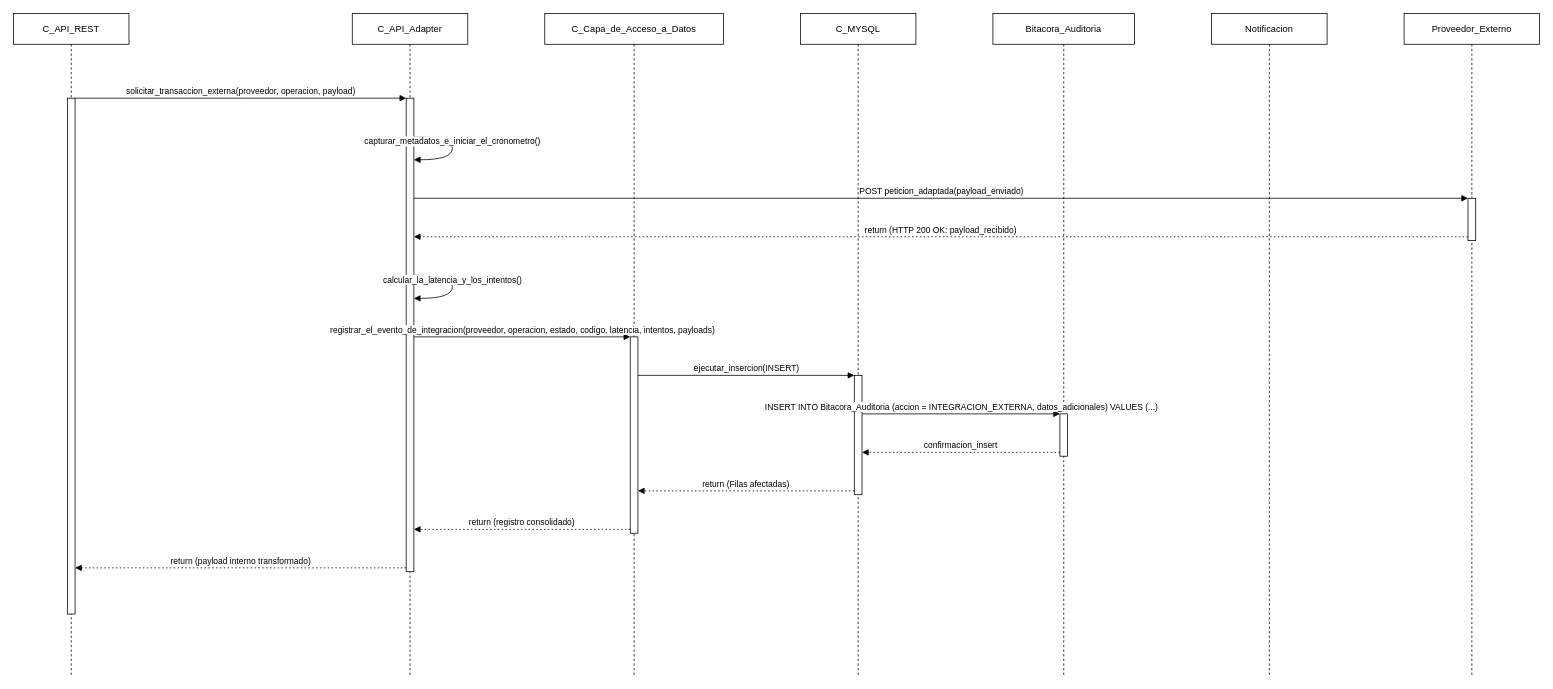
Above: page "CU69 - Principal" (1 of 4) of documentacion-incremento2/diagramas-secuencia/CU69/CU69.drawio in ThecheeseDX/IDS_FRO-Salud-App (draw.io), before the change. Source tidied: cells renumbered, new cells numbered last; positions are measured from the earlier drawing's top-left corner, leaving out a move shared by most shapes. Both pictures are drawn from the tidied source at 77%, with x=0, y=0 at pixel (13, 13).
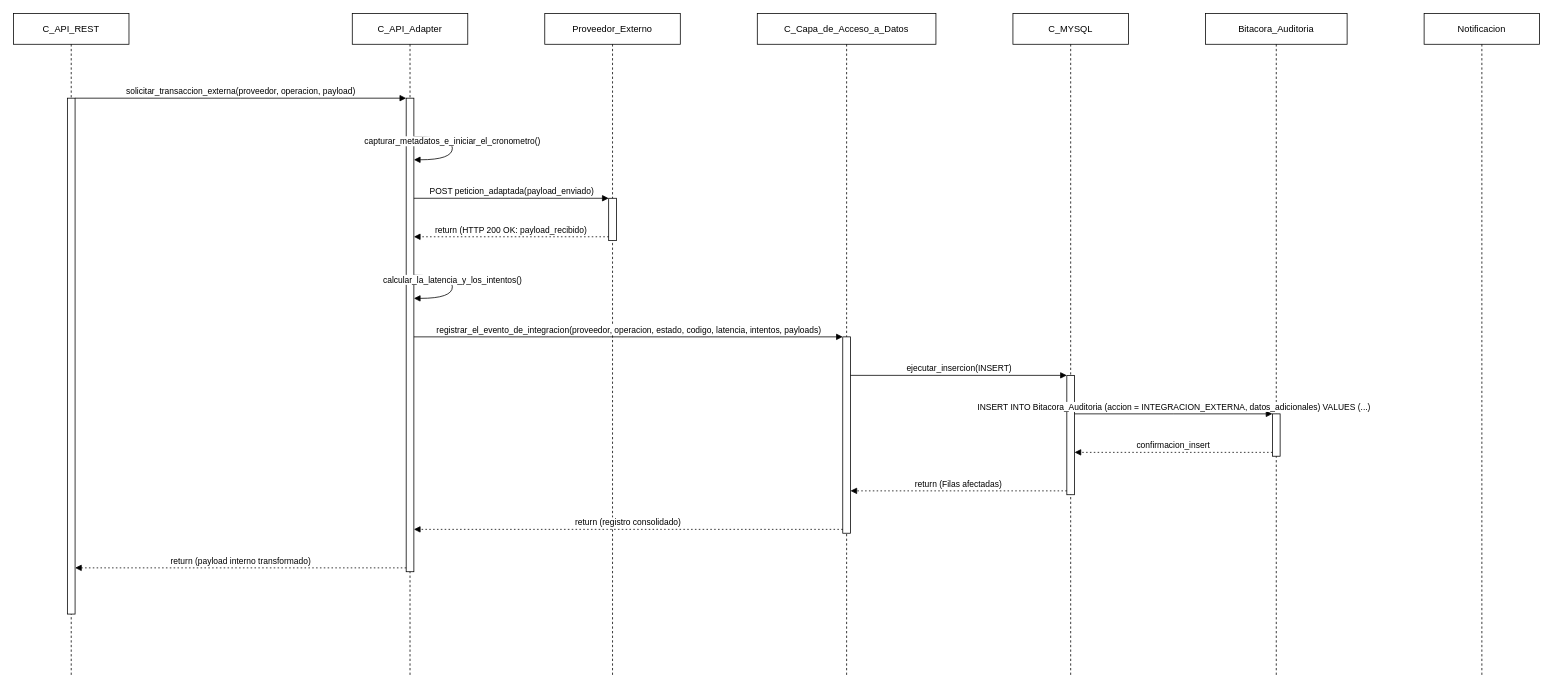
Above is the later version.

Unchanged cells that the change refers to:
```xml
<mxCell id="5" style="html=1;points=[];perimeter=orthogonalPerimeter;outlineConnect=0;targetShapes=umlLifeline;portConstraint=eastwest;newEdgeStyle={&quot;edgeStyle&quot;:&quot;elbowEdgeStyle&quot;,&quot;elbow&quot;:&quot;vertical&quot;,&quot;curved&quot;:0,&quot;rounded&quot;:0};" parent="4" vertex="1">
  <mxGeometry x="70" y="110" width="10" height="615" as="geometry" />
</mxCell>
```

Diff of the diagram source:
```diff
@@
-    <mxCell id="6" value="C_Capa_de_Acceso_a_Datos" style="shape=umlLifeline;perimeter=lifelinePerimeter;whiteSpace=wrap;html=1;newEdgeStyle={&quot;edgeStyle&quot;:&quot;elbowEdgeStyle&quot;,&quot;elbow&quot;:&quot;vertical&quot;,&quot;curved&quot;:0,&quot;rounded&quot;:0};" parent="1" vertex="1">
-      <mxGeometry x="690" width="232" height="860" as="geometry" />
+    <mxCell id="6" value="Proveedor_Externo" style="shape=umlLifeline;perimeter=lifelinePerimeter;whiteSpace=wrap;html=1;newEdgeStyle={&quot;edgeStyle&quot;:&quot;elbowEdgeStyle&quot;,&quot;elbow&quot;:&quot;vertical&quot;,&quot;curved&quot;:0,&quot;rounded&quot;:0};" parent="1" vertex="1">
+      <mxGeometry x="690" width="176" height="860" as="geometry" />
     </mxCell>
     <mxCell id="7" style="html=1;points=[];perimeter=orthogonalPerimeter;outlineConnect=0;targetShapes=umlLifeline;portConstraint=eastwest;newEdgeStyle={&quot;edgeStyle&quot;:&quot;elbowEdgeStyle&quot;,&quot;elbow&quot;:&quot;vertical&quot;,&quot;curved&quot;:0,&quot;rounded&quot;:0};" parent="6" vertex="1">
-      <mxGeometry x="111" y="420" width="10" height="255" as="geometry" />
+      <mxGeometry x="83" y="240" width="10" height="55" as="geometry" />
     </mxCell>
-    <mxCell id="8" value="C_MYSQL" style="shape=umlLifeline;perimeter=lifelinePerimeter;whiteSpace=wrap;html=1;newEdgeStyle={&quot;edgeStyle&quot;:&quot;elbowEdgeStyle&quot;,&quot;elbow&quot;:&quot;vertical&quot;,&quot;curved&quot;:0,&quot;rounded&quot;:0};" parent="1" vertex="1">
-      <mxGeometry x="1022" width="150" height="860" as="geometry" />
+    <mxCell id="8" value="C_Capa_de_Acceso_a_Datos" style="shape=umlLifeline;perimeter=lifelinePerimeter;whiteSpace=wrap;html=1;newEdgeStyle={&quot;edgeStyle&quot;:&quot;elbowEdgeStyle&quot;,&quot;elbow&quot;:&quot;vertical&quot;,&quot;curved&quot;:0,&quot;rounded&quot;:0};" parent="1" vertex="1">
+      <mxGeometry x="966" width="232" height="860" as="geometry" />
     </mxCell>
     <mxCell id="9" style="html=1;points=[];perimeter=orthogonalPerimeter;outlineConnect=0;targetShapes=umlLifeline;portConstraint=eastwest;newEdgeStyle={&quot;edgeStyle&quot;:&quot;elbowEdgeStyle&quot;,&quot;elbow&quot;:&quot;vertical&quot;,&quot;curved&quot;:0,&quot;rounded&quot;:0};" parent="8" vertex="1">
-      <mxGeometry x="70" y="470" width="10" height="155" as="geometry" />
+      <mxGeometry x="111" y="420" width="10" height="255" as="geometry" />
     </mxCell>
-    <mxCell id="10" value="Bitacora_Auditoria" style="shape=umlLifeline;perimeter=lifelinePerimeter;whiteSpace=wrap;html=1;newEdgeStyle={&quot;edgeStyle&quot;:&quot;elbowEdgeStyle&quot;,&quot;elbow&quot;:&quot;vertical&quot;,&quot;curved&quot;:0,&quot;rounded&quot;:0};" parent="1" vertex="1">
-      <mxGeometry x="1272" width="184" height="860" as="geometry" />
+    <mxCell id="10" value="C_MYSQL" style="shape=umlLifeline;perimeter=lifelinePerimeter;whiteSpace=wrap;html=1;newEdgeStyle={&quot;edgeStyle&quot;:&quot;elbowEdgeStyle&quot;,&quot;elbow&quot;:&quot;vertical&quot;,&quot;curved&quot;:0,&quot;rounded&quot;:0};" parent="1" vertex="1">
+      <mxGeometry x="1298" width="150" height="860" as="geometry" />
     </mxCell>
     <mxCell id="11" style="html=1;points=[];perimeter=orthogonalPerimeter;outlineConnect=0;targetShapes=umlLifeline;portConstraint=eastwest;newEdgeStyle={&quot;edgeStyle&quot;:&quot;elbowEdgeStyle&quot;,&quot;elbow&quot;:&quot;vertical&quot;,&quot;curved&quot;:0,&quot;rounded&quot;:0};" parent="10" vertex="1">
-      <mxGeometry x="87" y="520" width="10" height="55" as="geometry" />
+      <mxGeometry x="70" y="470" width="10" height="155" as="geometry" />
     </mxCell>
-    <mxCell id="12" value="Notificacion" style="shape=umlLifeline;perimeter=lifelinePerimeter;whiteSpace=wrap;html=1;newEdgeStyle={&quot;edgeStyle&quot;:&quot;elbowEdgeStyle&quot;,&quot;elbow&quot;:&quot;vertical&quot;,&quot;curved&quot;:0,&quot;rounded&quot;:0};" parent="1" vertex="1">
-      <mxGeometry x="1556" width="150" height="860" as="geometry" />
+    <mxCell id="12" value="Bitacora_Auditoria" style="shape=umlLifeline;perimeter=lifelinePerimeter;whiteSpace=wrap;html=1;newEdgeStyle={&quot;edgeStyle&quot;:&quot;elbowEdgeStyle&quot;,&quot;elbow&quot;:&quot;vertical&quot;,&quot;curved&quot;:0,&quot;rounded&quot;:0};" parent="1" vertex="1">
+      <mxGeometry x="1548" width="184" height="860" as="geometry" />
     </mxCell>
-    <mxCell id="13" value="Proveedor_Externo" style="shape=umlLifeline;perimeter=lifelinePerimeter;whiteSpace=wrap;html=1;outlineConnect=0;portConstraint=eastwest;newEdgeStyle={&quot;edgeStyle&quot;:&quot;elbowEdgeStyle&quot;,&quot;elbow&quot;:&quot;vertical&quot;,&quot;curved&quot;:0,&quot;rounded&quot;:0};" parent="1" vertex="1">
-      <mxGeometry x="1806" width="176" height="860" as="geometry" />
+    <mxCell id="13" style="html=1;points=[];perimeter=orthogonalPerimeter;outlineConnect=0;targetShapes=umlLifeline;portConstraint=eastwest;newEdgeStyle={&quot;edgeStyle&quot;:&quot;elbowEdgeStyle&quot;,&quot;elbow&quot;:&quot;vertical&quot;,&quot;curved&quot;:0,&quot;rounded&quot;:0};" parent="12" vertex="1">
+      <mxGeometry x="87" y="520" width="10" height="55" as="geometry" />
     </mxCell>
-    <mxCell id="14" style="html=1;points=[];perimeter=orthogonalPerimeter;outlineConnect=0;targetShapes=umlLifeline;portConstraint=eastwest;newEdgeStyle={&quot;edgeStyle&quot;:&quot;elbowEdgeStyle&quot;,&quot;elbow&quot;:&quot;vertical&quot;,&quot;curved&quot;:0,&quot;rounded&quot;:0};" parent="13" vertex="1">
-      <mxGeometry x="83" y="240" width="10" height="55" as="geometry" />
+    <mxCell id="14" value="Notificacion" style="shape=umlLifeline;perimeter=lifelinePerimeter;whiteSpace=wrap;html=1;outlineConnect=0;portConstraint=eastwest;newEdgeStyle={&quot;edgeStyle&quot;:&quot;elbowEdgeStyle&quot;,&quot;elbow&quot;:&quot;vertical&quot;,&quot;curved&quot;:0,&quot;rounded&quot;:0};" parent="1" vertex="1">
+      <mxGeometry x="1832" width="150" height="860" as="geometry" />
     </mxCell>
@@
-    <mxCell id="17" value="POST peticion_adaptada(payload_enviado)" style="html=1;verticalAlign=bottom;edgeStyle=elbowEdgeStyle;elbow=vertical;curved=0;rounded=0;endArrow=block;" parent="1" edge="1" source="5" target="14">
+    <mxCell id="17" value="POST peticion_adaptada(payload_enviado)" style="html=1;verticalAlign=bottom;edgeStyle=elbowEdgeStyle;elbow=vertical;curved=0;rounded=0;endArrow=block;" parent="1" edge="1" source="5" target="7">
       <mxGeometry relative="1" as="geometry">
         <Array as="points">
-          <mxPoint x="1204" y="240" />
+          <mxPoint x="646" y="240" />
         </Array>
       </mxGeometry>
     </mxCell>
-    <mxCell id="18" value="return (HTTP 200 OK: payload_recibido)" style="html=1;verticalAlign=bottom;edgeStyle=elbowEdgeStyle;elbow=vertical;curved=0;rounded=0;endArrow=block;dashed=1;dashPattern=2 3;" parent="1" edge="1" source="14" target="5">
+    <mxCell id="18" value="return (HTTP 200 OK: payload_recibido)" style="html=1;verticalAlign=bottom;edgeStyle=elbowEdgeStyle;elbow=vertical;curved=0;rounded=0;endArrow=block;dashed=1;dashPattern=2 3;" parent="1" edge="1" source="7" target="5">
       <mxGeometry relative="1" as="geometry">
         <Array as="points">
-          <mxPoint x="1204" y="290" />
+          <mxPoint x="646" y="290" />
         </Array>
       </mxGeometry>
     </mxCell>
@@
-    <mxCell id="20" value="registrar_el_evento_de_integracion(proveedor, operacion, estado, codigo, latencia, intentos, payloads)" style="html=1;verticalAlign=bottom;edgeStyle=elbowEdgeStyle;elbow=vertical;curved=0;rounded=0;endArrow=block;" parent="1" edge="1" source="5" target="7">
+    <mxCell id="20" value="registrar_el_evento_de_integracion(proveedor, operacion, estado, codigo, latencia, intentos, payloads)" style="html=1;verticalAlign=bottom;edgeStyle=elbowEdgeStyle;elbow=vertical;curved=0;rounded=0;endArrow=block;" parent="1" edge="1" source="5" target="9">
       <mxGeometry relative="1" as="geometry">
         <Array as="points">
-          <mxPoint x="660" y="420" />
+          <mxPoint x="798" y="420" />
         </Array>
       </mxGeometry>
     </mxCell>
-    <mxCell id="21" value="ejecutar_insercion(INSERT)" style="html=1;verticalAlign=bottom;edgeStyle=elbowEdgeStyle;elbow=vertical;curved=0;rounded=0;endArrow=block;" parent="1" edge="1" source="7" target="9">
+    <mxCell id="21" value="ejecutar_insercion(INSERT)" style="html=1;verticalAlign=bottom;edgeStyle=elbowEdgeStyle;elbow=vertical;curved=0;rounded=0;endArrow=block;" parent="1" edge="1" source="9" target="11">
       <mxGeometry relative="1" as="geometry">
         <Array as="points">
-          <mxPoint x="952" y="470" />
+          <mxPoint x="1228" y="470" />
         </Array>
       </mxGeometry>
     </mxCell>
-    <mxCell id="22" value="INSERT INTO Bitacora_Auditoria (accion = INTEGRACION_EXTERNA, datos_adicionales) VALUES (...)" style="html=1;verticalAlign=bottom;edgeStyle=elbowEdgeStyle;elbow=vertical;curved=0;rounded=0;endArrow=block;" parent="1" edge="1" source="9" target="11">
+    <mxCell id="22" value="INSERT INTO Bitacora_Auditoria (accion = INTEGRACION_EXTERNA, datos_adicionales) VALUES (...)" style="html=1;verticalAlign=bottom;edgeStyle=elbowEdgeStyle;elbow=vertical;curved=0;rounded=0;endArrow=block;" parent="1" edge="1" source="11" target="13">
       <mxGeometry relative="1" as="geometry">
         <Array as="points">
-          <mxPoint x="1230" y="520" />
+          <mxPoint x="1506" y="520" />
         </Array>
       </mxGeometry>
     </mxCell>
-    <mxCell id="23" value="confirmacion_insert" style="html=1;verticalAlign=bottom;edgeStyle=elbowEdgeStyle;elbow=vertical;curved=0;rounded=0;endArrow=block;dashed=1;dashPattern=2 3;" parent="1" edge="1" source="11" target="9">
+    <mxCell id="23" value="confirmacion_insert" style="html=1;verticalAlign=bottom;edgeStyle=elbowEdgeStyle;elbow=vertical;curved=0;rounded=0;endArrow=block;dashed=1;dashPattern=2 3;" parent="1" edge="1" source="13" target="11">
       <mxGeometry relative="1" as="geometry">
         <Array as="points">
-          <mxPoint x="1230" y="570" />
+          <mxPoint x="1506" y="570" />
         </Array>
       </mxGeometry>
     </mxCell>
-    <mxCell id="24" value="return (Filas afectadas)" style="html=1;verticalAlign=bottom;edgeStyle=elbowEdgeStyle;elbow=vertical;curved=0;rounded=0;endArrow=block;dashed=1;dashPattern=2 3;" parent="1" edge="1" source="9" target="7">
+    <mxCell id="24" value="return (Filas afectadas)" style="html=1;verticalAlign=bottom;edgeStyle=elbowEdgeStyle;elbow=vertical;curved=0;rounded=0;endArrow=block;dashed=1;dashPattern=2 3;" parent="1" edge="1" source="11" target="9">
       <mxGeometry relative="1" as="geometry">
         <Array as="points">
-          <mxPoint x="952" y="620" />
+          <mxPoint x="1228" y="620" />
         </Array>
       </mxGeometry>
     </mxCell>
-    <mxCell id="25" value="return (registro consolidado)" style="html=1;verticalAlign=bottom;edgeStyle=elbowEdgeStyle;elbow=vertical;curved=0;rounded=0;endArrow=block;dashed=1;dashPattern=2 3;" parent="1" edge="1" source="7" target="5">
+    <mxCell id="25" value="return (registro consolidado)" style="html=1;verticalAlign=bottom;edgeStyle=elbowEdgeStyle;elbow=vertical;curved=0;rounded=0;endArrow=block;dashed=1;dashPattern=2 3;" parent="1" edge="1" source="9" target="5">
       <mxGeometry relative="1" as="geometry">
         <Array as="points">
-          <mxPoint x="660" y="670" />
+          <mxPoint x="798" y="670" />
         </Array>
       </mxGeometry>
     </mxCell>
```
